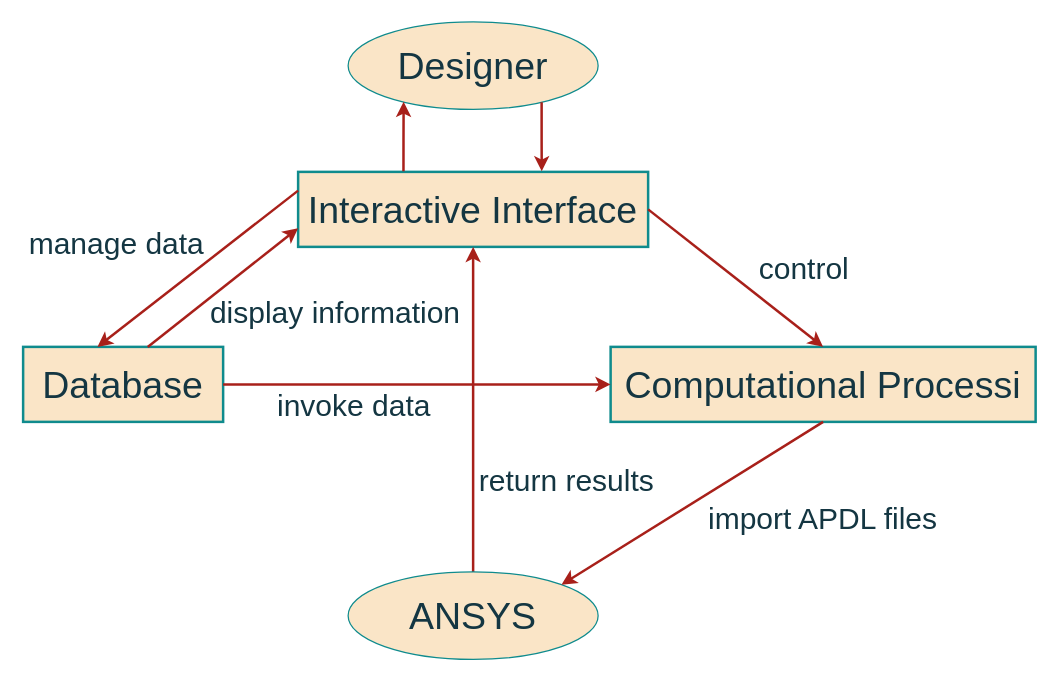
This is page "第 4 页" (4 of 5) of Graduation Design.drawio from Destiny-LB/draw.io, a draw.io file, before an edit. Source tidied: cells renumbered, new cells numbered last; positions are measured from the earlier drawing's top-left corner, leaving out a move shared by most shapes. Both pictures are drawn from the tidied source at 125%, with x=0, y=0 at pixel (22, 21).
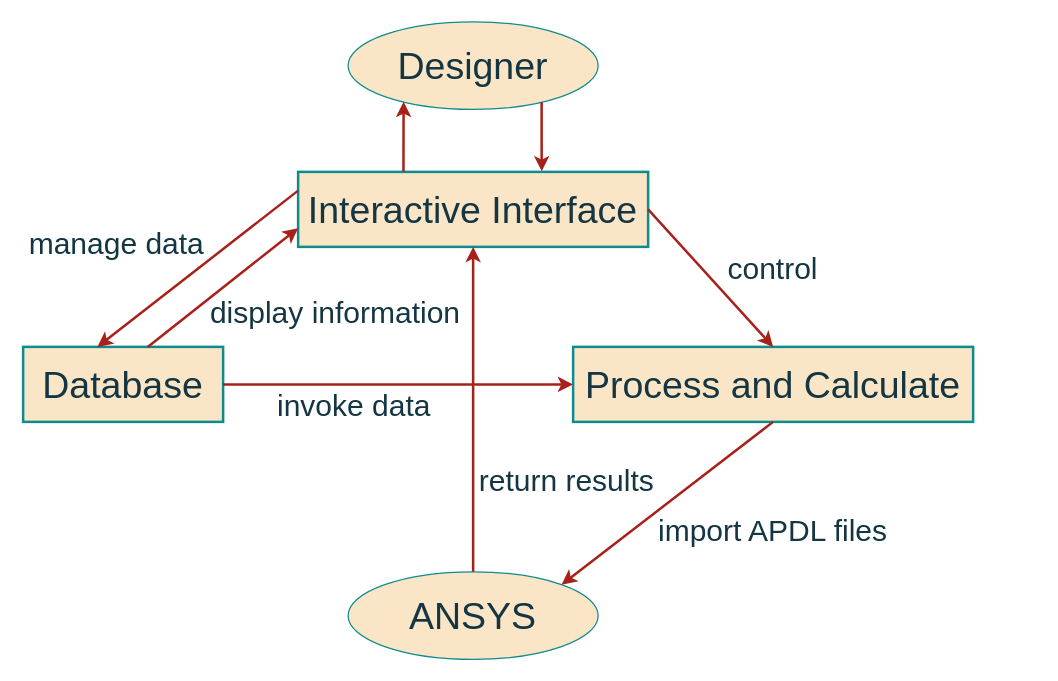
The same diagram, later.

Diff of the diagram source:
```diff
@@
-    <mxCell id="5" value="Computational P&lt;span class=&quot;&quot; id=&quot;w_216&quot;&gt;rocessi&lt;/span&gt;" style="rounded=0;whiteSpace=wrap;html=1;strokeWidth=2;fontSize=30;labelBackgroundColor=none;fillColor=#FAE5C7;strokeColor=#0F8B8D;fontColor=#143642;" parent="1" vertex="1">
-      <mxGeometry x="470" y="260" width="340" height="60" as="geometry" />
+    <mxCell id="5" value="Process and Calculate" style="rounded=0;whiteSpace=wrap;html=1;strokeWidth=2;fontSize=30;labelBackgroundColor=none;fillColor=#FAE5C7;strokeColor=#0F8B8D;fontColor=#143642;" parent="1" vertex="1">
+      <mxGeometry x="440" y="260" width="320" height="60" as="geometry" />
     </mxCell>
     <mxCell id="6" value="&lt;font style=&quot;font-size: 24px;&quot;&gt;control&lt;/font&gt;" style="text;html=1;strokeColor=none;fillColor=none;align=center;verticalAlign=middle;whiteSpace=wrap;rounded=0;fontSize=30;labelBackgroundColor=none;fontColor=#143642;" parent="1" vertex="1">
-      <mxGeometry x="580" y="180" width="90" height="30" as="geometry" />
+      <mxGeometry x="555" y="180" width="90" height="30" as="geometry" />
     </mxCell>
@@
     <mxCell id="20" value="&lt;font style=&quot;font-size: 24px;&quot;&gt;import APDL files&lt;/font&gt;" style="text;html=1;strokeColor=none;fillColor=none;align=center;verticalAlign=middle;whiteSpace=wrap;rounded=0;fontSize=30;labelBackgroundColor=none;fontColor=#143642;" parent="1" vertex="1">
-      <mxGeometry x="530" y="380" width="220" height="30" as="geometry" />
+      <mxGeometry x="490" y="390" width="220" height="30" as="geometry" />
     </mxCell>
```
